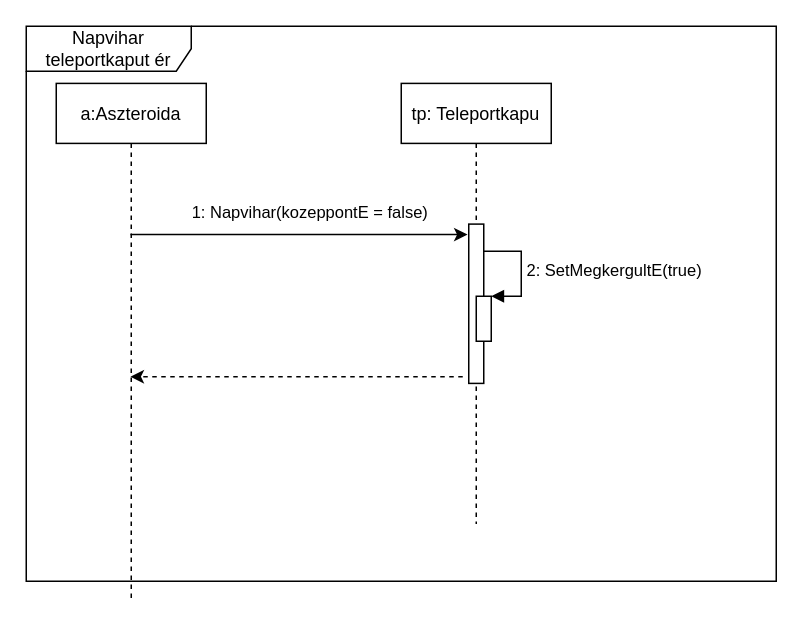
Above: doc/szekvencia/7het_szek_NaviharTeleportkapu.drawio in torpeBoiGo/aszteroidabanyaszat (draw.io), before the change. Source tidied: cells renumbered, new cells numbered last; positions are measured from the earlier drawing's top-left corner, leaving out a move shared by most shapes. Both pictures are drawn from the tidied source at 150%, with x=0, y=0 at pixel (26, 26).
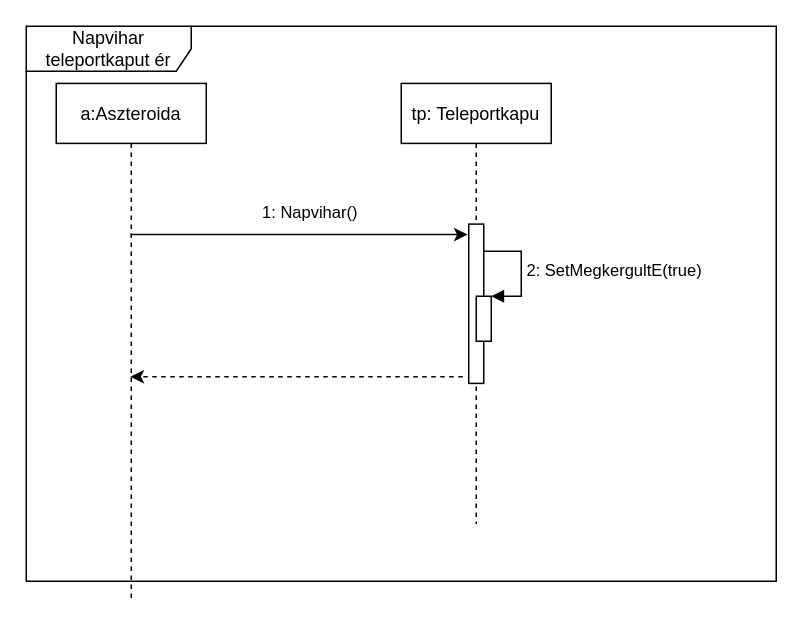
The same diagram, later.

The edit, as a diff of the source:
```diff
@@
 <mxGraphModel>
   <root>
     <mxCell id="0" />
     <mxCell id="1" parent="0" />
     <mxCell id="2" value="Napvihar teleportkaput ér" style="shape=umlFrame;whiteSpace=wrap;html=1;width=110;height=30;" parent="1" vertex="1">
       <mxGeometry width="500" height="370" as="geometry" />
     </mxCell>
     <mxCell id="3" value="a:Aszteroida" style="shape=umlLifeline;perimeter=lifelinePerimeter;rounded=0;shadow=0;strokeWidth=1;" parent="1" vertex="1">
       <mxGeometry x="20" y="38.1" width="100" height="343.8" as="geometry" />
     </mxCell>
     <mxCell id="4" value="tp: Teleportkapu" style="shape=umlLifeline;perimeter=lifelinePerimeter;rounded=0;shadow=0;strokeWidth=1;" parent="1" vertex="1">
       <mxGeometry x="250" y="38.1" width="100" height="293.8" as="geometry" />
     </mxCell>
     <mxCell id="5" style="points=[];perimeter=orthogonalPerimeter;rounded=0;shadow=0;strokeWidth=1;" parent="4" vertex="1">
       <mxGeometry x="45" y="93.8" width="10" height="106.2" as="geometry" />
     </mxCell>
-    <mxCell id="6" value="&lt;span style=&quot;color: rgb(0 , 0 , 0) ; font-family: &amp;#34;helvetica&amp;#34; ; font-size: 11px ; font-style: normal ; font-weight: 400 ; letter-spacing: normal ; text-align: center ; text-indent: 0px ; text-transform: none ; word-spacing: 0px ; background-color: rgb(255 , 255 , 255) ; display: inline ; float: none&quot;&gt;1: Napvihar(kozeppontE = false)&lt;/span&gt;" style="endArrow=classic;html=1;entryX=-0.08;entryY=0.066;entryDx=0;entryDy=0;entryPerimeter=0;" parent="1" edge="1" source="3" target="5">
+    <mxCell id="6" value="&lt;span style=&quot;color: rgb(0 , 0 , 0) ; font-family: &amp;#34;helvetica&amp;#34; ; font-size: 11px ; font-style: normal ; font-weight: 400 ; letter-spacing: normal ; text-align: center ; text-indent: 0px ; text-transform: none ; word-spacing: 0px ; background-color: rgb(255 , 255 , 255) ; display: inline ; float: none&quot;&gt;1: Napvihar()&lt;/span&gt;" style="endArrow=classic;html=1;entryX=-0.08;entryY=0.066;entryDx=0;entryDy=0;entryPerimeter=0;" parent="1" edge="1" source="3" target="5">
       <mxGeometry x="0.06" y="15" relative="1" as="geometry" />
     </mxCell>
     <mxCell id="7" style="endArrow=classic;html=1;dashed=1;exitX=-0.4;exitY=0.958;exitDx=0;exitDy=0;exitPerimeter=0;" parent="1" edge="1" source="5" target="3">
       <mxGeometry relative="1" as="geometry" />
     </mxCell>
     <mxCell id="8" style="html=1;points=[];perimeter=orthogonalPerimeter;" parent="1" vertex="1">
       <mxGeometry x="300" y="180" width="10" height="30" as="geometry" />
     </mxCell>
     <mxCell id="9" value="2: SetMegkergultE(true)" style="edgeStyle=orthogonalEdgeStyle;html=1;align=left;spacingLeft=2;endArrow=block;rounded=0;entryX=1;entryY=0;" parent="1" edge="1" source="5" target="8">
       <mxGeometry relative="1" as="geometry">
         <Array as="points">
           <mxPoint x="330" y="150" />
           <mxPoint x="330" y="180" />
         </Array>
       </mxGeometry>
     </mxCell>
   </root>
 </mxGraphModel>
```
